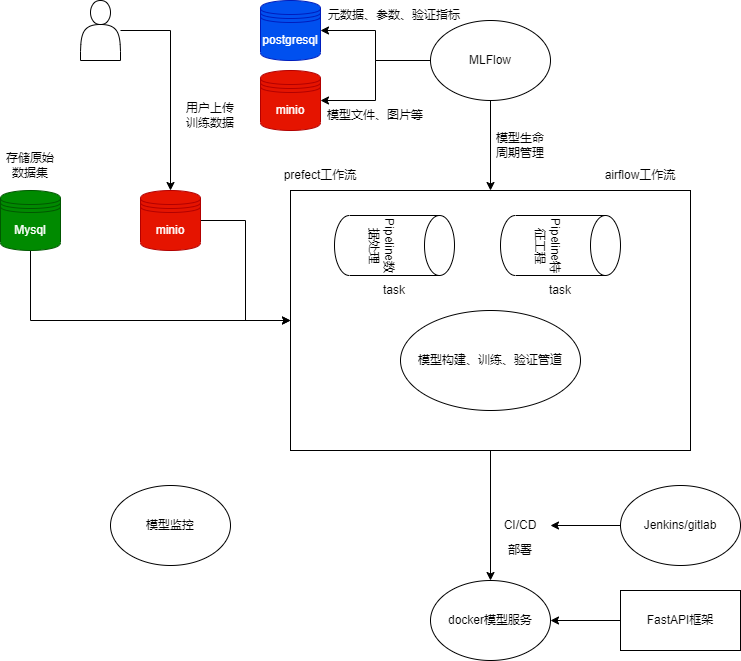
Before: data/未命名绘图.drawio.png, a diagram exported from draw.io (yangminghuan/Industrial-steam-forecast). Source tidied: cells renumbered, new cells last; positions are measured from the earlier drawing's top-left corner, leaving out a move shared by most shapes.
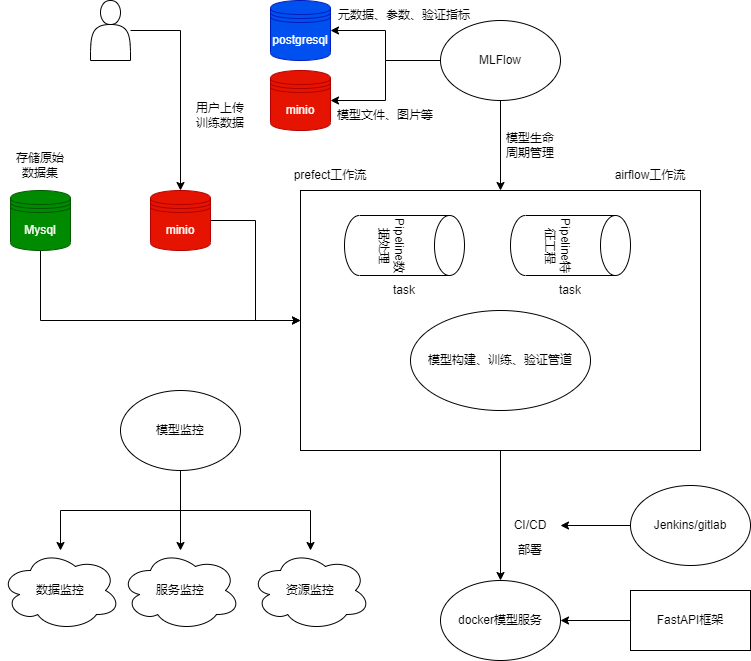
After the commit.

Commit message:
更新未命名绘图.drawio.png

Change to the diagram source:
```diff
@@ -107,8 +107,26 @@
     <mxCell id="34" value="airflow工作流" style="text;strokeColor=none;align=center;fillColor=none;html=1;verticalAlign=middle;whiteSpace=wrap;rounded=0;" parent="1" vertex="1">
       <mxGeometry x="590" y="160" width="100" height="30" as="geometry" />
     </mxCell>
+    <mxCell id="36" style="edgeStyle=orthogonalEdgeStyle;rounded=0;jettySize=auto;html=1;exitX=0.5;exitY=1;exitDx=0;exitDy=0;" parent="1" edge="1" source="35" target="39">
+      <mxGeometry relative="1" as="geometry" />
+    </mxCell>
+    <mxCell id="37" style="edgeStyle=orthogonalEdgeStyle;rounded=0;jettySize=auto;html=1;" parent="1" edge="1" source="35" target="40">
+      <mxGeometry relative="1" as="geometry" />
+    </mxCell>
+    <mxCell id="38" style="edgeStyle=orthogonalEdgeStyle;rounded=0;jettySize=auto;html=1;exitX=0.5;exitY=1;exitDx=0;exitDy=0;" parent="1" edge="1" source="35" target="41">
+      <mxGeometry relative="1" as="geometry" />
+    </mxCell>
     <mxCell id="35" value="模型监控" style="ellipse;whiteSpace=wrap;html=1;rounded=0;" parent="1" vertex="1">
-      <mxGeometry x="110" y="485" width="120" height="80" as="geometry" />
+      <mxGeometry x="110" y="390" width="120" height="80" as="geometry" />
     </mxCell>
+    <mxCell id="39" value="服务监控" style="ellipse;shape=cloud;whiteSpace=wrap;html=1;rounded=0;" parent="1" vertex="1">
+      <mxGeometry x="110" y="550" width="120" height="80" as="geometry" />
+    </mxCell>
+    <mxCell id="40" value="数据监控" style="ellipse;shape=cloud;whiteSpace=wrap;html=1;rounded=0;" parent="1" vertex="1">
+      <mxGeometry x="-10" y="550" width="120" height="80" as="geometry" />
+    </mxCell>
+    <mxCell id="41" value="资源监控" style="ellipse;shape=cloud;whiteSpace=wrap;html=1;rounded=0;" parent="1" vertex="1">
+      <mxGeometry x="240" y="550" width="120" height="80" as="geometry" />
+    </mxCell>
   </root>
 </mxGraphModel>
```
